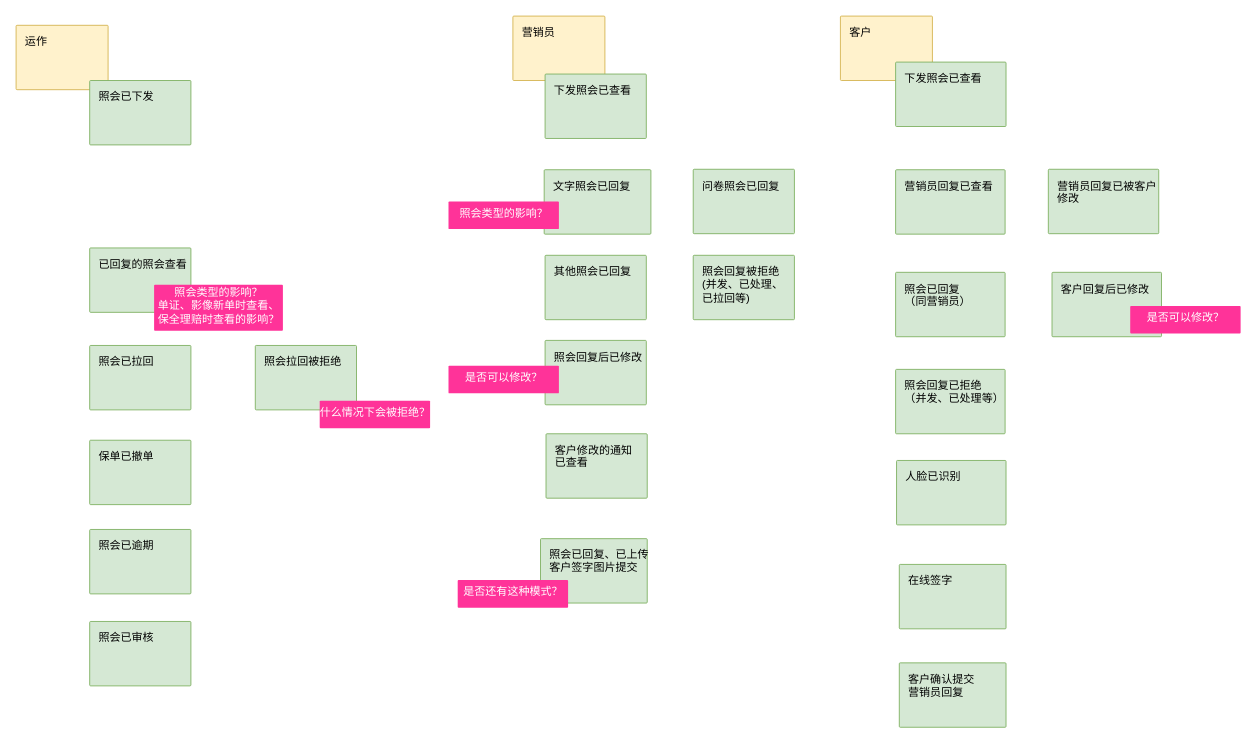
Above: issue/es-电子照会II期.drawio in jalja27/gc_uml (draw.io), before the change. Source tidied: cells renumbered, new cells numbered last; positions are measured from the earlier drawing's top-left corner, leaving out a move shared by most shapes. Both pictures are drawn from the tidied source at 92%, with x=0, y=0 at pixel (16, 16).
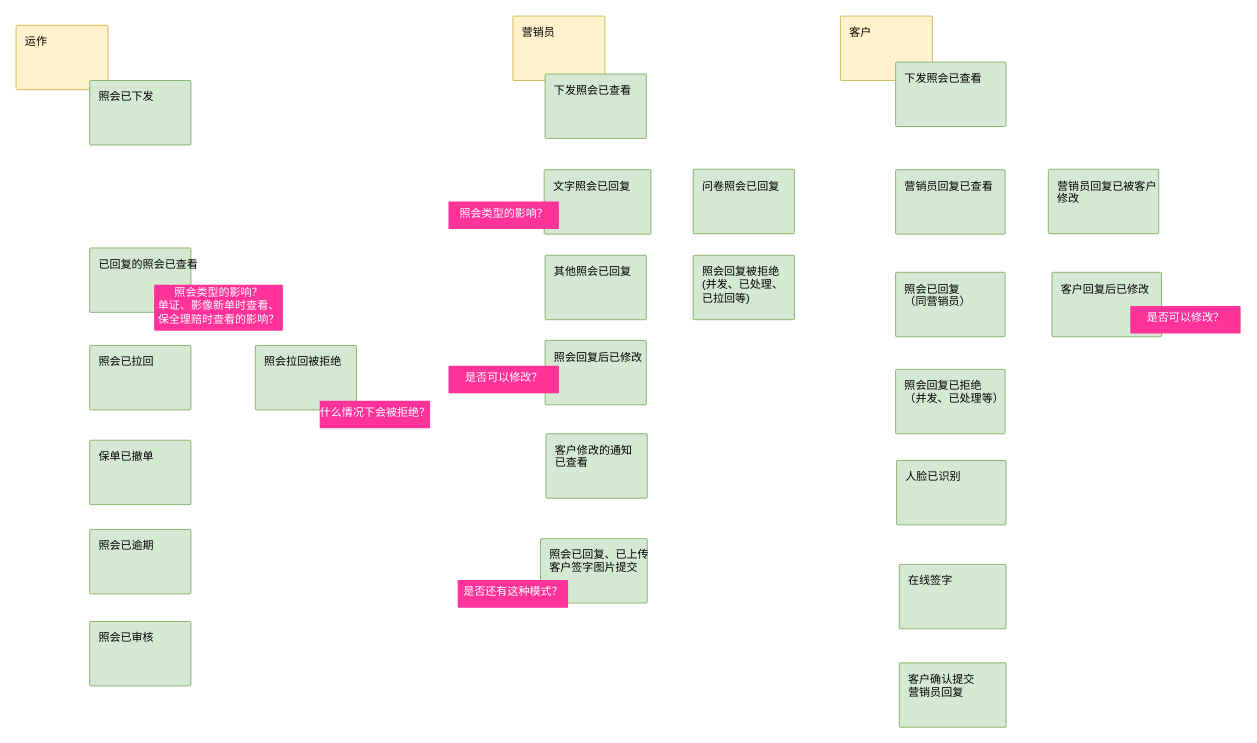
The same diagram, later.

Commit message (it also covers changes not shown here):
Update es-电子照会II期.drawio

What changed in the source:
```diff
@@
-    <mxCell id="8" value="已回复的照会查看&lt;br&gt;" style="rounded=1;absoluteArcSize=1;arcSize=2;html=1;strokeColor=#82b366;shadow=0;dashed=0;fontSize=12;align=left;verticalAlign=top;spacing=10;spacingTop=-4;fillColor=#d5e8d4;" parent="1" vertex="1">
+    <mxCell id="8" value="已回复的照会已查看&lt;br&gt;" style="rounded=1;absoluteArcSize=1;arcSize=2;html=1;strokeColor=#82b366;shadow=0;dashed=0;fontSize=12;align=left;verticalAlign=top;spacing=10;spacingTop=-4;fillColor=#d5e8d4;" parent="1" vertex="1">
       <mxGeometry x="80" y="252" width="110" height="70" as="geometry" />
     </mxCell>
```
